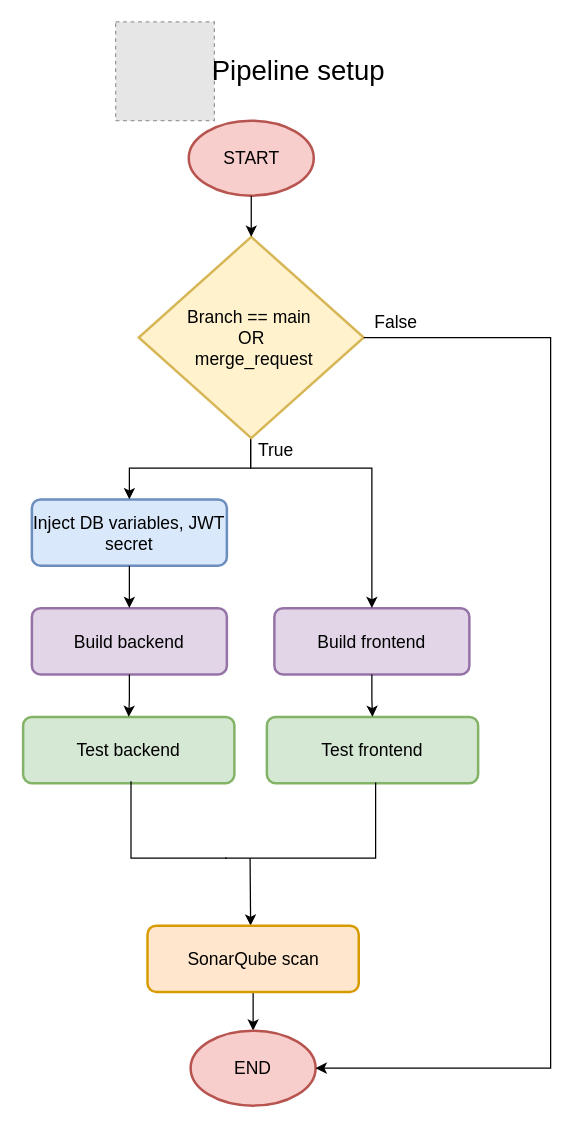
Above: docs/diagrams/pipeline_setup.drawio in IlPalazz/read4share (draw.io), before the change. Source tidied: cells renumbered, new cells numbered last; positions are measured from the earlier drawing's top-left corner, leaving out a move shared by most shapes. Both pictures are drawn from the tidied source at 125%, with x=0, y=0 at pixel (22, 21). Pictures stored in the file or linked from it are replaced by grey dashed boxes.
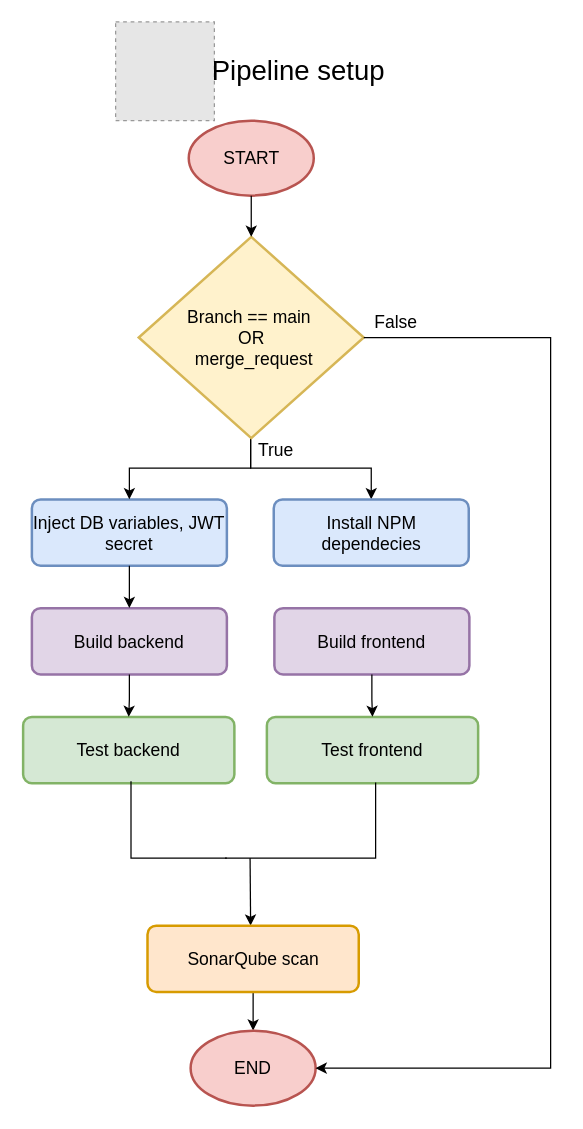
The same page after the edit.

The change refers to these unchanged cells:
```xml
<mxCell id="9" value="Build frontend" style="rounded=1;whiteSpace=wrap;html=1;absoluteArcSize=1;arcSize=14;strokeWidth=2;fontSize=14;fillColor=#e1d5e7;strokeColor=#9673a6;" parent="8" vertex="1">
  <mxGeometry x="7" width="156" height="53" as="geometry" />
</mxCell>
```

What changed in the source:
```diff
@@
-    <mxCell id="13" style="edgeStyle=elbowEdgeStyle;elbow=vertical;html=1;rounded=0;fontSize=14;entryX=0.5;entryY=0;entryDx=0;entryDy=0;" parent="1" edge="1" target="9">
+    <mxCell id="13" style="edgeStyle=elbowEdgeStyle;elbow=vertical;html=1;rounded=0;fontSize=14;entryX=0.5;entryY=0;entryDx=0;entryDy=0;" parent="1" edge="1" target="30">
       <mxGeometry relative="1" as="geometry">
         <mxPoint x="182" y="332" as="sourcePoint" />
         <Array as="points">
           <mxPoint x="232" y="357" />
         </Array>
       </mxGeometry>
     </mxCell>
@@
+    <mxCell id="30" value="Install NPM dependecies" style="rounded=1;whiteSpace=wrap;html=1;absoluteArcSize=1;arcSize=14;strokeWidth=2;fontSize=14;fillColor=#dae8fc;strokeColor=#6c8ebf;" parent="1" vertex="1">
+      <mxGeometry x="200.5" y="382" width="156" height="53" as="geometry" />
+    </mxCell>
```
